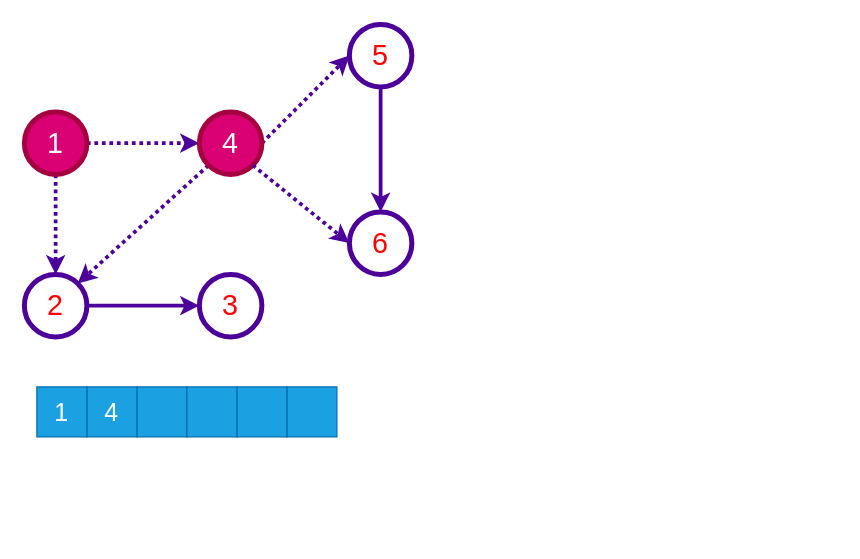
This is page "topo-bfs-4" (17 of 22) of docs/week-10/ce100-week-10-graphs-topological.drawio from ucoruh/ce100-algorithms-and-programming-II, a draw.io file, before an edit. Source tidied: cells renumbered, new cells numbered last; positions are measured from the earlier drawing's top-left corner, leaving out a move shared by most shapes. Both pictures are drawn from the tidied source at 125%, with x=0, y=0 at pixel (24, 24).
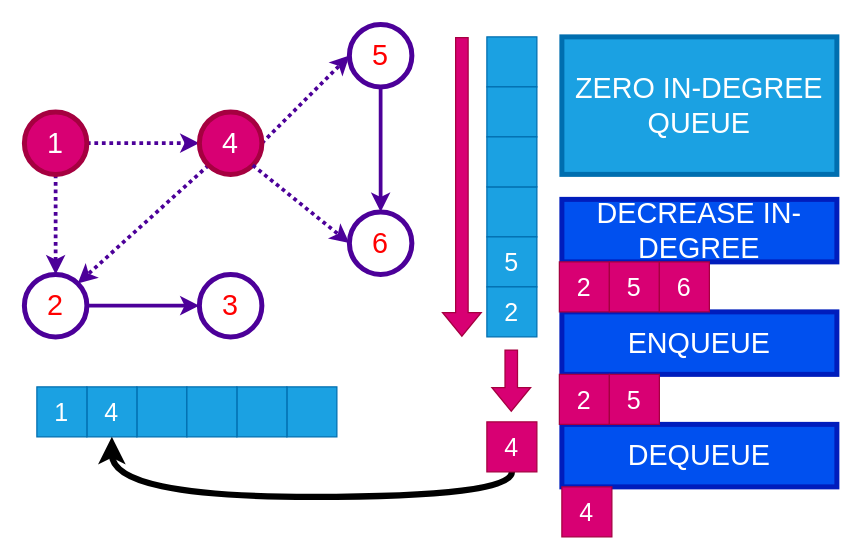
The same diagram, later.

The change refers to these unchanged cells:
```xml
<mxCell id="16" value="4" style="rounded=0;whiteSpace=wrap;html=1;fillColor=#1ba1e2;fontColor=#ffffff;strokeColor=#006EAF;fontSize=20;" parent="1" vertex="1">
  <mxGeometry x="50" y="290" width="40" height="40" as="geometry" />
</mxCell>
```

Diff of the diagram source:
```diff
@@
+    <mxCell id="21" value="ZERO IN-DEGREE QUEUE" style="text;html=1;strokeColor=#006EAF;fillColor=#1ba1e2;align=center;verticalAlign=middle;whiteSpace=wrap;rounded=0;fontColor=#ffffff;fontSize=23;strokeWidth=4;" parent="1" vertex="1">
+      <mxGeometry x="430" y="10" width="220" height="110" as="geometry" />
+    </mxCell>
+    <mxCell id="22" style="rounded=0;whiteSpace=wrap;html=1;fillColor=#1ba1e2;fontColor=#ffffff;strokeColor=#006EAF;fontSize=20;" parent="1" vertex="1">
+      <mxGeometry x="370" y="130" width="40" height="40" as="geometry" />
+    </mxCell>
+    <mxCell id="23" value="5" style="rounded=0;whiteSpace=wrap;html=1;fillColor=#1ba1e2;fontColor=#ffffff;strokeColor=#006EAF;fontSize=20;" parent="1" vertex="1">
+      <mxGeometry x="370" y="170" width="40" height="40" as="geometry" />
+    </mxCell>
+    <mxCell id="24" value="2" style="rounded=0;whiteSpace=wrap;html=1;fillColor=#1ba1e2;fontColor=#ffffff;strokeColor=#006EAF;fontSize=20;" parent="1" vertex="1">
+      <mxGeometry x="370" y="210" width="40" height="40" as="geometry" />
+    </mxCell>
+    <mxCell id="25" style="rounded=0;whiteSpace=wrap;html=1;fillColor=#1ba1e2;fontColor=#ffffff;strokeColor=#006EAF;fontSize=20;" parent="1" vertex="1">
+      <mxGeometry x="370" y="10" width="40" height="40" as="geometry" />
+    </mxCell>
+    <mxCell id="26" style="rounded=0;whiteSpace=wrap;html=1;fillColor=#1ba1e2;fontColor=#ffffff;strokeColor=#006EAF;fontSize=20;" parent="1" vertex="1">
+      <mxGeometry x="370" y="50" width="40" height="40" as="geometry" />
+    </mxCell>
+    <mxCell id="27" style="rounded=0;whiteSpace=wrap;html=1;fillColor=#1ba1e2;fontColor=#ffffff;strokeColor=#006EAF;fontSize=20;" parent="1" vertex="1">
+      <mxGeometry x="370" y="90" width="40" height="40" as="geometry" />
+    </mxCell>
+    <mxCell id="28" style="shape=flexArrow;endArrow=classic;html=1;rounded=0;fillColor=#d80073;strokeColor=#A50040;" parent="1" edge="1">
+      <mxGeometry relative="1" as="geometry">
+        <mxPoint x="350" y="10" as="sourcePoint" />
+        <mxPoint x="350" y="250" as="targetPoint" />
+      </mxGeometry>
+    </mxCell>
+    <mxCell id="29" style="edgeStyle=orthogonalEdgeStyle;curved=1;rounded=0;jettySize=auto;html=1;exitX=0.5;exitY=1;exitDx=0;exitDy=0;entryX=0.5;entryY=1;entryDx=0;entryDy=0;strokeWidth=5;" parent="1" edge="1" source="30" target="16">
+      <mxGeometry relative="1" as="geometry" />
+    </mxCell>
+    <mxCell id="30" value="4" style="rounded=0;whiteSpace=wrap;html=1;fillColor=#d80073;fontColor=#ffffff;strokeColor=#A50040;fontSize=20;" parent="1" vertex="1">
+      <mxGeometry x="370" y="318" width="40" height="40" as="geometry" />
+    </mxCell>
+    <mxCell id="31" style="shape=flexArrow;endArrow=classic;html=1;rounded=0;fillColor=#d80073;strokeColor=#A50040;" parent="1" edge="1">
+      <mxGeometry relative="1" as="geometry">
+        <mxPoint x="389.5" y="260" as="sourcePoint" />
+        <mxPoint x="389.5" y="310" as="targetPoint" />
+      </mxGeometry>
+    </mxCell>
+    <mxCell id="32" value="DECREASE IN-DEGREE" style="text;html=1;strokeColor=#001DBC;fillColor=#0050ef;align=center;verticalAlign=middle;whiteSpace=wrap;rounded=0;fontColor=#ffffff;fontSize=23;strokeWidth=4;" parent="1" vertex="1">
+      <mxGeometry x="430" y="140" width="220" height="50" as="geometry" />
+    </mxCell>
+    <mxCell id="33" value="ENQUEUE" style="text;html=1;strokeColor=#001DBC;fillColor=#0050ef;align=center;verticalAlign=middle;whiteSpace=wrap;rounded=0;fontColor=#ffffff;fontSize=23;strokeWidth=4;" parent="1" vertex="1">
+      <mxGeometry x="430" y="230" width="220" height="50" as="geometry" />
+    </mxCell>
+    <mxCell id="34" value="DEQUEUE" style="text;html=1;strokeColor=#001DBC;fillColor=#0050ef;align=center;verticalAlign=middle;whiteSpace=wrap;rounded=0;fontColor=#ffffff;fontSize=23;strokeWidth=4;" parent="1" vertex="1">
+      <mxGeometry x="430" y="320" width="220" height="50" as="geometry" />
+    </mxCell>
+    <mxCell id="35" value="4" style="rounded=0;whiteSpace=wrap;html=1;fillColor=#d80073;fontColor=#ffffff;strokeColor=#A50040;fontSize=20;" parent="1" vertex="1">
+      <mxGeometry x="430" y="370" width="40" height="40" as="geometry" />
+    </mxCell>
+    <mxCell id="36" value="2" style="rounded=0;whiteSpace=wrap;html=1;fillColor=#d80073;fontColor=#ffffff;strokeColor=#A50040;fontSize=20;" parent="1" vertex="1">
+      <mxGeometry x="428" y="190" width="40" height="40" as="geometry" />
+    </mxCell>
+    <mxCell id="37" value="2" style="rounded=0;whiteSpace=wrap;html=1;fillColor=#d80073;fontColor=#ffffff;strokeColor=#A50040;fontSize=20;" parent="1" vertex="1">
+      <mxGeometry x="428" y="280" width="40" height="40" as="geometry" />
+    </mxCell>
+    <mxCell id="38" value="5" style="rounded=0;whiteSpace=wrap;html=1;fillColor=#d80073;fontColor=#ffffff;strokeColor=#A50040;fontSize=20;" parent="1" vertex="1">
+      <mxGeometry x="468" y="190" width="40" height="40" as="geometry" />
+    </mxCell>
+    <mxCell id="39" value="6" style="rounded=0;whiteSpace=wrap;html=1;fillColor=#d80073;fontColor=#ffffff;strokeColor=#A50040;fontSize=20;" parent="1" vertex="1">
+      <mxGeometry x="508" y="190" width="40" height="40" as="geometry" />
+    </mxCell>
+    <mxCell id="40" value="5" style="rounded=0;whiteSpace=wrap;html=1;fillColor=#d80073;fontColor=#ffffff;strokeColor=#A50040;fontSize=20;" parent="1" vertex="1">
+      <mxGeometry x="468" y="280" width="40" height="40" as="geometry" />
+    </mxCell>
```
